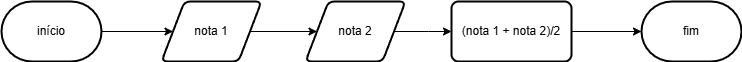
This is Parte-1/atividade1.png from kf-martins-uel/algoritmos-atividade1, a draw.io export, as it was before one commit. Source tidied: cells renumbered, new cells last; positions are measured from the earlier drawing's top-left corner, leaving out a move shared by most shapes.
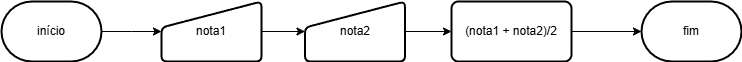
Later version of the same file.

Change to the diagram source:
```diff
@@ -2,34 +2,34 @@
   <root>
     <mxCell id="0" />
     <mxCell id="1" parent="0" />
-    <mxCell id="2" style="edgeStyle=orthogonalEdgeStyle;rounded=0;jettySize=auto;html=1;" parent="1" edge="1" source="3" target="6">
-      <mxGeometry relative="1" as="geometry" />
+    <mxCell id="2" style="edgeStyle=orthogonalEdgeStyle;rounded=0;jettySize=auto;html=1;labelBackgroundColor=none;fontColor=default;" parent="1" edge="1" source="3">
+      <mxGeometry relative="1" as="geometry">
+        <mxPoint x="160" y="30" as="targetPoint" />
+      </mxGeometry>
     </mxCell>
-    <mxCell id="3" value="início" style="strokeWidth=2;html=1;shape=mxgraph.flowchart.terminator;whiteSpace=wrap;" parent="1" vertex="1">
+    <mxCell id="3" value="início" style="strokeWidth=2;html=1;shape=mxgraph.flowchart.terminator;whiteSpace=wrap;labelBackgroundColor=none;" parent="1" vertex="1">
       <mxGeometry width="100" height="60" as="geometry" />
     </mxCell>
-    <mxCell id="4" value="fim" style="strokeWidth=2;html=1;shape=mxgraph.flowchart.terminator;whiteSpace=wrap;" parent="1" vertex="1">
+    <mxCell id="4" value="fim" style="strokeWidth=2;html=1;shape=mxgraph.flowchart.terminator;whiteSpace=wrap;labelBackgroundColor=none;" parent="1" vertex="1">
       <mxGeometry x="640" width="100" height="60" as="geometry" />
     </mxCell>
-    <mxCell id="5" style="edgeStyle=orthogonalEdgeStyle;rounded=0;jettySize=auto;html=1;" parent="1" edge="1" source="6" target="8">
-      <mxGeometry relative="1" as="geometry" />
-    </mxCell>
-    <mxCell id="6" value="nota 1" style="shape=parallelogram;html=1;strokeWidth=2;perimeter=parallelogramPerimeter;whiteSpace=wrap;rounded=1;arcSize=12;size=0.23;" parent="1" vertex="1">
-      <mxGeometry x="160" width="100" height="60" as="geometry" />
-    </mxCell>
-    <mxCell id="7" style="edgeStyle=orthogonalEdgeStyle;rounded=0;jettySize=auto;html=1;" parent="1" edge="1" source="8">
-      <mxGeometry relative="1" as="geometry">
-        <mxPoint x="450" y="30" as="targetPoint" />
-      </mxGeometry>
-    </mxCell>
-    <mxCell id="8" value="nota 2" style="shape=parallelogram;html=1;strokeWidth=2;perimeter=parallelogramPerimeter;whiteSpace=wrap;rounded=1;arcSize=12;size=0.23;" parent="1" vertex="1">
-      <mxGeometry x="304" width="100" height="60" as="geometry" />
-    </mxCell>
-    <mxCell id="9" value="(nota 1 + nota 2)/2" style="rounded=1;whiteSpace=wrap;html=1;absoluteArcSize=1;arcSize=14;strokeWidth=2;" parent="1" vertex="1">
+    <mxCell id="9" value="(nota1 + nota2)/2" style="rounded=1;whiteSpace=wrap;html=1;absoluteArcSize=1;arcSize=14;strokeWidth=2;labelBackgroundColor=none;" parent="1" vertex="1">
       <mxGeometry x="450" width="120" height="60" as="geometry" />
     </mxCell>
-    <mxCell id="10" style="edgeStyle=orthogonalEdgeStyle;rounded=0;jettySize=auto;html=1;entryX=0;entryY=0.5;entryDx=0;entryDy=0;entryPerimeter=0;" parent="1" edge="1" source="9" target="4">
+    <mxCell id="10" style="edgeStyle=orthogonalEdgeStyle;rounded=0;jettySize=auto;html=1;entryX=0;entryY=0.5;entryDx=0;entryDy=0;entryPerimeter=0;labelBackgroundColor=none;fontColor=default;" parent="1" edge="1" source="9" target="4">
       <mxGeometry relative="1" as="geometry" />
     </mxCell>
+    <mxCell id="11" style="edgeStyle=orthogonalEdgeStyle;rounded=0;jettySize=auto;html=1;" parent="1" edge="1" source="12" target="14">
+      <mxGeometry relative="1" as="geometry" />
+    </mxCell>
+    <mxCell id="12" value="nota1" style="html=1;strokeWidth=2;shape=manualInput;whiteSpace=wrap;rounded=1;size=26;arcSize=11;" parent="1" vertex="1">
+      <mxGeometry x="160" width="100" height="60" as="geometry" />
+    </mxCell>
+    <mxCell id="13" style="edgeStyle=orthogonalEdgeStyle;rounded=0;jettySize=auto;html=1;entryX=0;entryY=0.5;entryDx=0;entryDy=0;" parent="1" edge="1" source="14" target="9">
+      <mxGeometry relative="1" as="geometry" />
+    </mxCell>
+    <mxCell id="14" value="nota2" style="html=1;strokeWidth=2;shape=manualInput;whiteSpace=wrap;rounded=1;size=26;arcSize=11;" parent="1" vertex="1">
+      <mxGeometry x="303.5" width="100" height="60" as="geometry" />
+    </mxCell>
   </root>
 </mxGraphModel>
```
